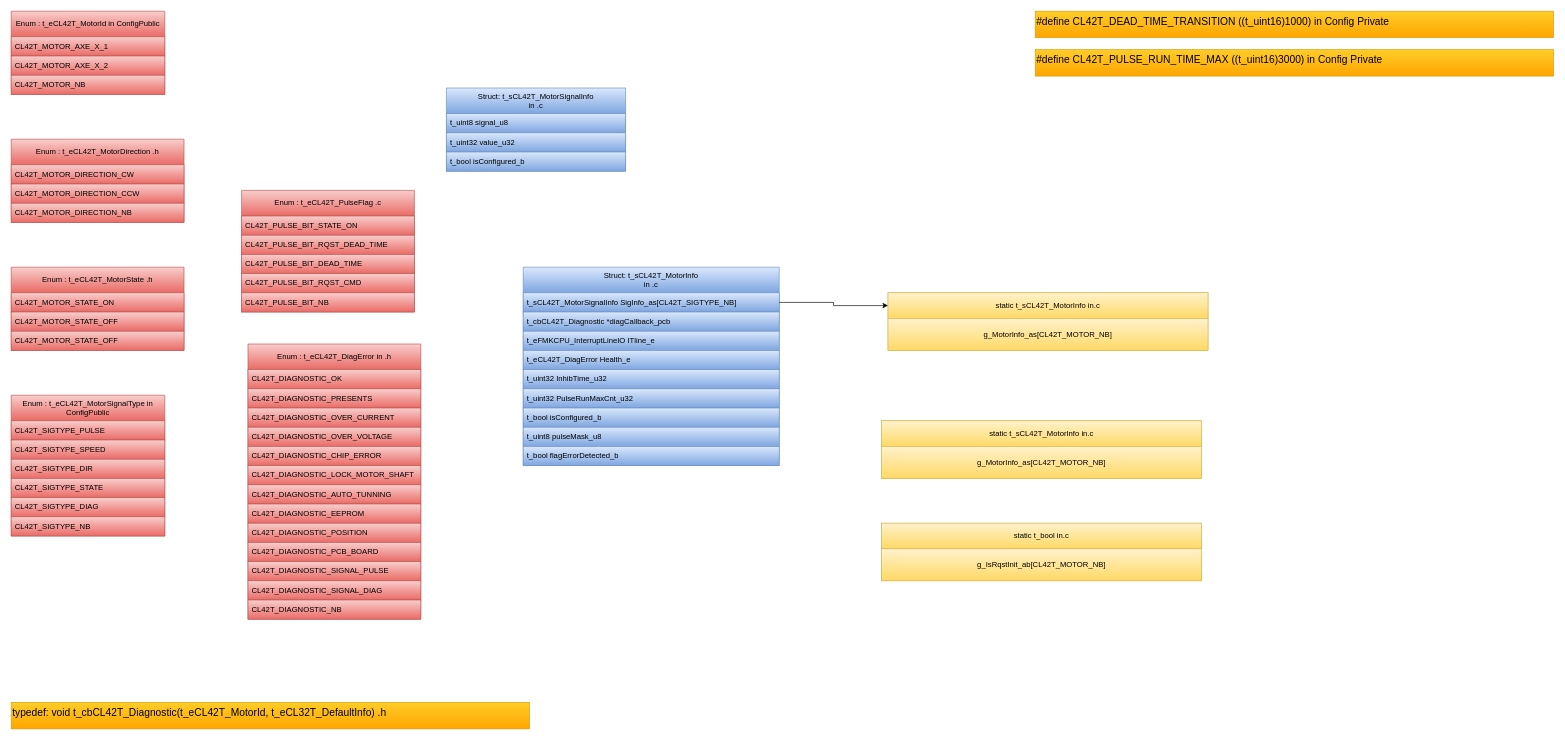
This is page "Type" (1 of 21) of src/2_DRV/Motor/CL42T/Doc/Design/CL42T_Architecture.drawio from mbarbeau0545/PickersRobotPOC, a draw.io file, before an edit. Source tidied: cells renumbered, new cells numbered last; positions are measured from the earlier drawing's top-left corner, leaving out a move shared by most shapes. Both pictures are drawn from the tidied source at 64%, with x=0, y=0 at pixel (11, 11).
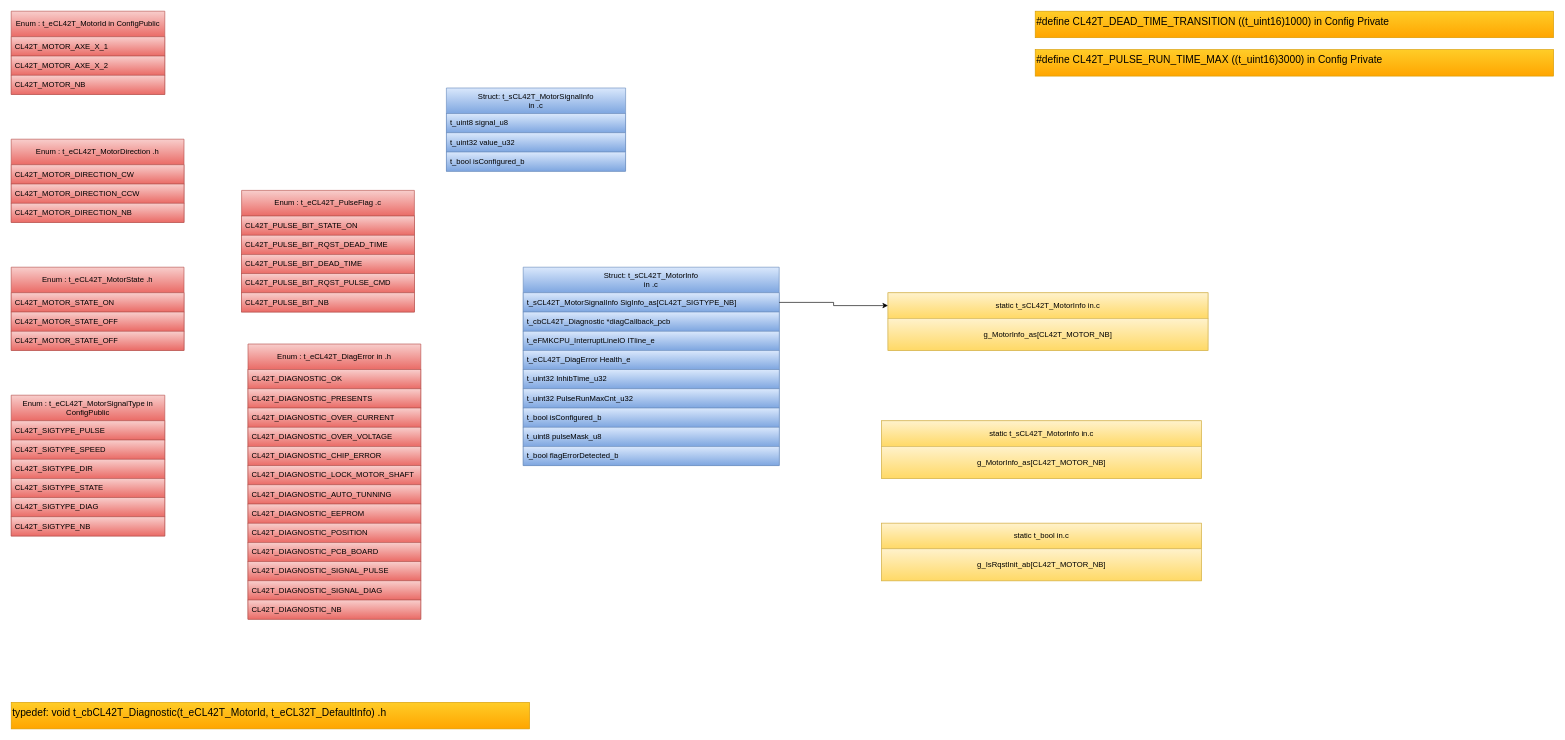
After the change.

Unchanged cells that the change refers to:
```xml
<mxCell id="60" value="Enum : t_eCL42T_PulseFlag .c" style="swimlane;fontStyle=0;horizontal=1;startSize=40;whiteSpace=wrap;html=1;fillColor=#f8cecc;gradientColor=#ea6b66;strokeColor=#b85450;fontColor=#000000;" parent="1" vertex="1">
  <mxGeometry x="360" y="280" width="270" height="190" as="geometry" />
</mxCell>
```

Change to the diagram source:
```diff
@@
-    <mxCell id="64" value="CL42T_PULSE_BIT_RQST_CMD" style="text;strokeColor=#b85450;fillColor=#f8cecc;align=left;verticalAlign=middle;spacingLeft=4;spacingRight=4;overflow=hidden;whiteSpace=wrap;html=1;gradientColor=#ea6b66;fontColor=#000000;" parent="60" vertex="1">
+    <mxCell id="64" value="CL42T_PULSE_BIT_RQST_PULSE_CMD" style="text;strokeColor=#b85450;fillColor=#f8cecc;align=left;verticalAlign=middle;spacingLeft=4;spacingRight=4;overflow=hidden;whiteSpace=wrap;html=1;gradientColor=#ea6b66;fontColor=#000000;" parent="60" vertex="1">
       <mxGeometry y="130" width="270" height="30" as="geometry" />
     </mxCell>
```
